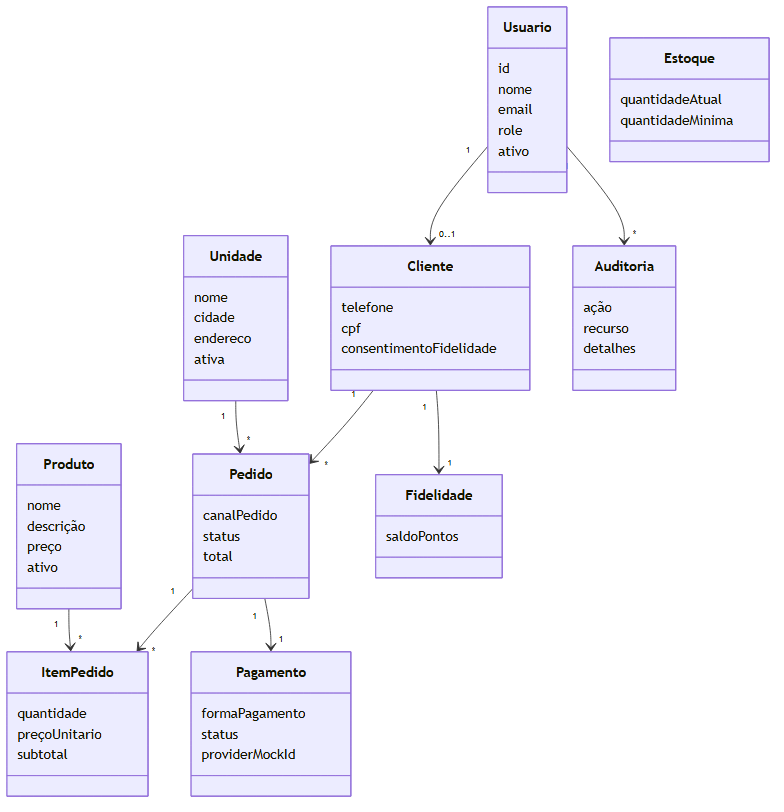
Above: docs/diagramas/renderizados/classes.png in IuriWS/raizes-do-nordeste-api (Mermaid), before the change. Its source is kept beside it as docs/diagramas/classes.mmd.
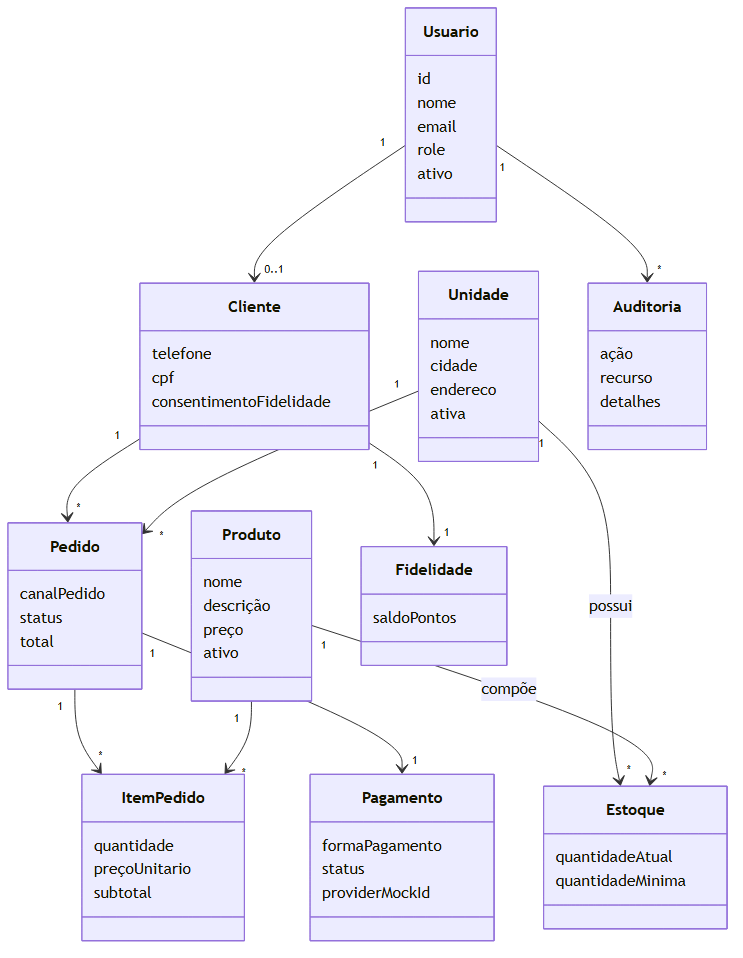
Later version of the same file.

Commit message:
ajustando diagramas do README

What changed in the source:
```diff
@@ -56,6 +56,8 @@
   Pedido "1" --> "*" ItemPedido
   Pedido "1" --> "1" Pagamento
   Unidade "1" --> "*" Pedido
+  Unidade "1" --> "*" Estoque : possui
   Produto "1" --> "*" ItemPedido
+  Produto "1" --> "*" Estoque : compõe
   Cliente "1" --> "1" Fidelidade
   Usuario "1" --> "*" Auditoria
```
